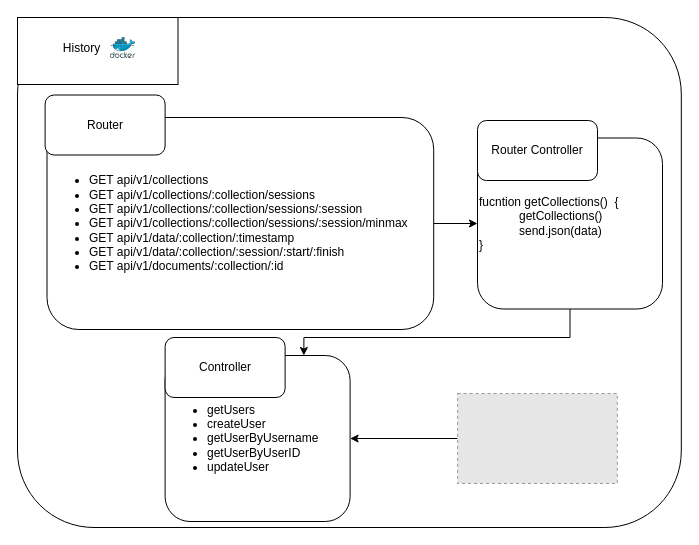
Above: page "history" (3 of 7) of documents/charts.drawio in lucagump/eagletrt-api (draw.io), before the change. Source tidied: cells renumbered, new cells numbered last; positions are measured from the earlier drawing's top-left corner, leaving out a move shared by most shapes. Both pictures are drawn from the tidied source at 100%, with x=0, y=0 at pixel (17, 17). Pictures stored in the file or linked from it are replaced by grey dashed boxes.
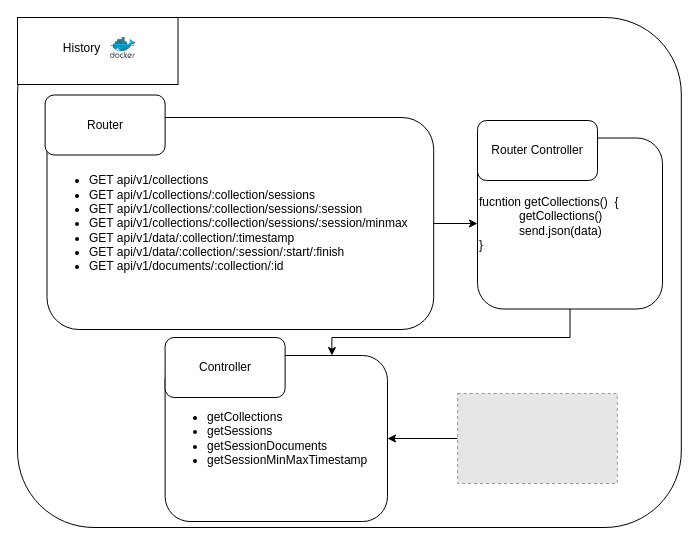
Above is the later version.

The edit, as a diff of the source:
```diff
@@
 <mxGraphModel>
   <root>
     <mxCell id="0" />
     <mxCell id="1" parent="0" />
     <mxCell id="2" style="rounded=1;whiteSpace=wrap;html=1;fillColor=none;" parent="1" vertex="1">
       <mxGeometry width="663.8" height="510" as="geometry" />
     </mxCell>
     <mxCell id="3" style="edgeStyle=orthogonalEdgeStyle;rounded=0;jettySize=auto;html=1;" parent="1" edge="1" source="4" target="7">
       <mxGeometry relative="1" as="geometry" />
     </mxCell>
     <mxCell id="4" value="&lt;div style=&quot;text-align: justify&quot;&gt;&lt;ul&gt;&lt;li&gt;&lt;span&gt;GET api/v1/&lt;/span&gt;collections&lt;/li&gt;&lt;li&gt;&lt;span&gt;GET api/v1/&lt;/span&gt;collections/:collection/sessions&lt;/li&gt;&lt;li&gt;&lt;span&gt;GET api/v1&lt;/span&gt;/collections/:collection/sessions/:session&lt;/li&gt;&lt;li&gt;&lt;span&gt;GET api/v1&lt;/span&gt;/collections/:collection/sessions/:session/minmax&lt;/li&gt;&lt;li&gt;&lt;span&gt;GET api/v1/&lt;/span&gt;data/:collection/:timestamp&lt;/li&gt;&lt;li&gt;GET api/v1/data/:collection/:session/:start/:finish&lt;/li&gt;&lt;li&gt;GET api/v1/documents/:collection/:id&lt;/li&gt;&lt;/ul&gt;&lt;/div&gt;" style="rounded=1;whiteSpace=wrap;html=1;align=left;" parent="1" vertex="1">
       <mxGeometry x="29.5" y="100" width="386.7" height="212" as="geometry" />
     </mxCell>
     <mxCell id="5" value="Router" style="rounded=1;whiteSpace=wrap;html=1;" parent="1" vertex="1">
       <mxGeometry x="27.6" y="77.5" width="120" height="60" as="geometry" />
     </mxCell>
     <mxCell id="6" style="edgeStyle=orthogonalEdgeStyle;rounded=0;jettySize=auto;html=1;entryX=0.75;entryY=0;entryDx=0;entryDy=0;" parent="1" edge="1" source="7" target="9">
       <mxGeometry relative="1" as="geometry">
         <Array as="points">
           <mxPoint x="553" y="320" />
-          <mxPoint x="286" y="320" />
+          <mxPoint x="314" y="320" />
+          <mxPoint x="314" y="338" />
         </Array>
       </mxGeometry>
     </mxCell>
     <mxCell id="7" value="&lt;div style=&quot;text-align: justify&quot;&gt;&lt;span&gt;&lt;br&gt;&lt;/span&gt;&lt;/div&gt;&lt;div style=&quot;text-align: justify&quot;&gt;&lt;span&gt;&lt;br&gt;&lt;/span&gt;&lt;/div&gt;&lt;div style=&quot;text-align: justify&quot;&gt;&lt;span&gt;fucntion getCollections()&amp;nbsp; {&lt;/span&gt;&lt;br&gt;&lt;/div&gt;&lt;blockquote style=&quot;margin: 0 0 0 40px ; border: none ; padding: 0px&quot;&gt;&lt;div&gt;&lt;span&gt;getCollections()&lt;/span&gt;&lt;/div&gt;&lt;div&gt;send.json(data)&lt;/div&gt;&lt;/blockquote&gt;&lt;div style=&quot;text-align: justify&quot;&gt;}&lt;/div&gt;&lt;div style=&quot;text-align: justify&quot;&gt;&lt;span&gt;&lt;br&gt;&lt;/span&gt;&lt;/div&gt;&lt;div style=&quot;text-align: justify&quot;&gt;&lt;span&gt;&lt;br&gt;&lt;/span&gt;&lt;/div&gt;" style="rounded=1;whiteSpace=wrap;html=1;align=left;" parent="1" vertex="1">
       <mxGeometry x="460" y="120.5" width="185" height="171" as="geometry" />
     </mxCell>
     <mxCell id="8" value="Router Controller" style="rounded=1;whiteSpace=wrap;html=1;" parent="1" vertex="1">
       <mxGeometry x="460" y="103" width="120" height="60" as="geometry" />
     </mxCell>
-    <mxCell id="9" value="&lt;div style=&quot;text-align: justify&quot;&gt;&lt;ul&gt;&lt;li&gt;&lt;span&gt;getUsers&lt;/span&gt;&lt;/li&gt;&lt;li&gt;&lt;span&gt;createUser&lt;/span&gt;&lt;/li&gt;&lt;li&gt;&lt;span&gt;getUserByUsername&lt;/span&gt;&lt;/li&gt;&lt;li&gt;getUserByUserID&lt;/li&gt;&lt;li&gt;&lt;span&gt;updateUser&lt;/span&gt;&lt;/li&gt;&lt;/ul&gt;&lt;/div&gt;" style="rounded=1;whiteSpace=wrap;html=1;align=left;" parent="1" vertex="1">
-      <mxGeometry x="147.6" y="338" width="185" height="166" as="geometry" />
+    <mxCell id="9" value="&lt;div style=&quot;text-align: justify&quot;&gt;&lt;ul&gt;&lt;li&gt;getCollections&lt;/li&gt;&lt;li&gt;getSessions&lt;/li&gt;&lt;li&gt;getSessionDocuments&lt;/li&gt;&lt;li&gt;getSessionMinMaxTimestamp&lt;/li&gt;&lt;/ul&gt;&lt;/div&gt;" style="rounded=1;whiteSpace=wrap;html=1;align=left;" parent="1" vertex="1">
+      <mxGeometry x="147.6" y="338" width="222.4" height="166" as="geometry" />
     </mxCell>
     <mxCell id="10" value="Controller" style="rounded=1;whiteSpace=wrap;html=1;" parent="1" vertex="1">
       <mxGeometry x="147.6" y="320" width="120" height="60" as="geometry" />
     </mxCell>
     <mxCell id="11" style="rounded=0;whiteSpace=wrap;html=1;fillColor=#FFFFFF;" parent="1" vertex="1">
       <mxGeometry width="160.5" height="67" as="geometry" />
     </mxCell>
     <mxCell id="12" value="History" style="text;html=1;strokeColor=none;fillColor=none;align=center;verticalAlign=middle;whiteSpace=wrap;rounded=0;" parent="1" vertex="1">
       <mxGeometry x="42.2" y="20" width="44.8" height="22.4" as="geometry" />
     </mxCell>
     <mxCell id="13" style="html=1;align=center;image;fontSize=12;image=img/lib/mscae/Docker.svg;" parent="1" vertex="1">
       <mxGeometry x="92.7" y="20" width="25.6" height="21" as="geometry" />
     </mxCell>
     <mxCell id="14" style="edgeStyle=orthogonalEdgeStyle;rounded=0;jettySize=auto;html=1;entryX=1;entryY=0.5;entryDx=0;entryDy=0;startArrow=none;startFill=0;endArrow=classic;endFill=1;" parent="1" edge="1" source="15" target="9">
       <mxGeometry relative="1" as="geometry" />
     </mxCell>
     <mxCell id="15" style="fillColor=#E6E6E6;strokeColor=#999999;dashed=1;verticalLabelPosition=bottom;verticalAlign=top;" parent="1" vertex="1">
       <mxGeometry x="440.1" y="376" width="159.7" height="90" as="geometry" />
     </mxCell>
   </root>
 </mxGraphModel>
```
